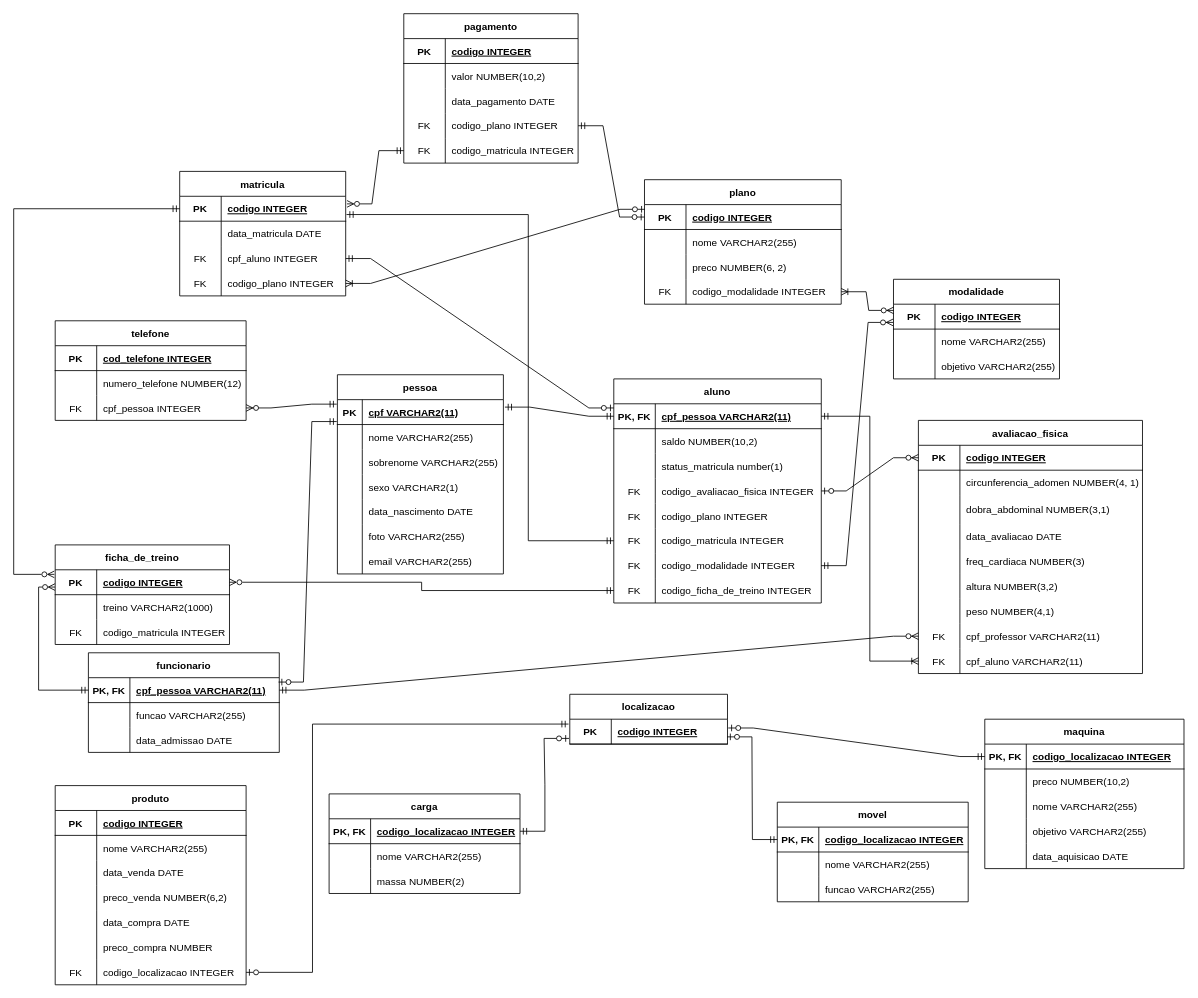
williamdistler/GymDataBaseModel keeps this draw.io diagram as GymDataBaseModel.drawio. Above is the earlier version. Source tidied: cells renumbered, new cells numbered last; positions are measured from the earlier drawing's top-left corner, leaving out a move shared by most shapes. Both pictures are drawn from the tidied source at 83%, with x=0, y=0 at pixel (13, 13).
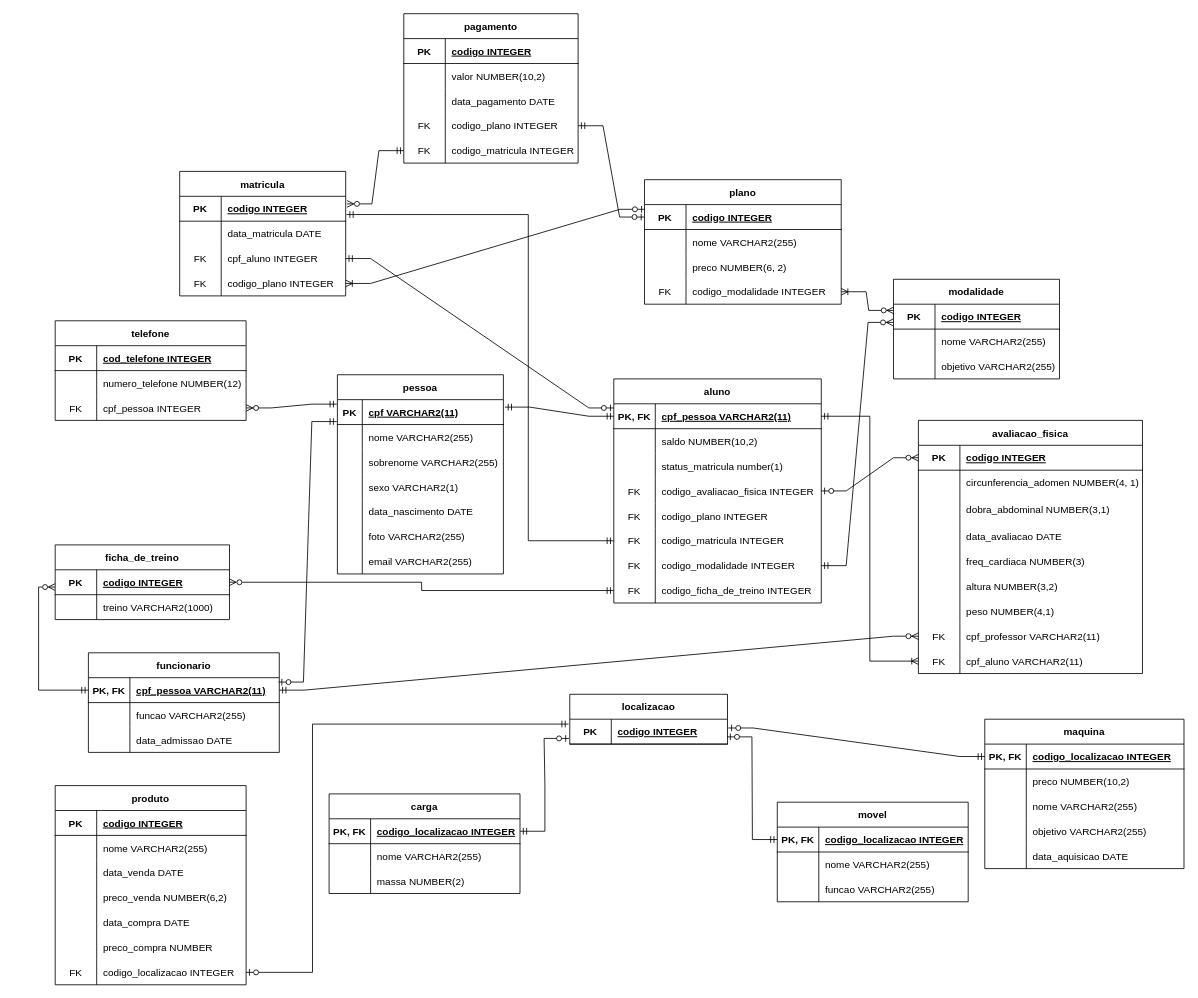
The same diagram, later.

The change refers to these unchanged cells:
```xml
<mxCell id="102" style="shape=tableRow;horizontal=0;startSize=0;swimlaneHead=0;swimlaneBody=0;fillColor=none;points=[[0,0.5],[1,0.5]];portConstraint=eastwest;top=0;left=0;right=0;bottom=1;" parent="101" vertex="1">
  <mxGeometry y="30" width="210" height="30" as="geometry" />
</mxCell>
<mxCell id="137" style="shape=tableRow;horizontal=0;startSize=0;swimlaneHead=0;swimlaneBody=0;fillColor=none;points=[[0,0.5],[1,0.5]];portConstraint=eastwest;top=0;left=0;right=0;bottom=1;" parent="136" vertex="1">
  <mxGeometry y="30" width="200" height="30" as="geometry" />
</mxCell>
```

The edit, as a diff of the source:
```diff
@@
     <mxCell id="101" value="ficha_de_treino" style="shape=table;startSize=30;childLayout=tableLayout;rowLines=0;fontStyle=1;align=center;" parent="1" vertex="1">
-      <mxGeometry x="50" y="640" width="210" height="120" as="geometry" />
+      <mxGeometry x="50" y="640" width="210" height="90" as="geometry" />
     </mxCell>
@@
-    <mxCell id="108" style="shape=tableRow;horizontal=0;startSize=0;swimlaneHead=0;swimlaneBody=0;fillColor=none;top=0;left=0;right=0;bottom=0;" parent="101" vertex="1">
-      <mxGeometry y="90" width="210" height="30" as="geometry" />
-    </mxCell>
-    <mxCell id="109" value="FK" style="shape=partialRectangle;fillColor=none;top=0;left=0;bottom=0;right=0;overflow=hidden;" parent="108" vertex="1">
-      <mxGeometry width="50" height="30" as="geometry" />
-    </mxCell>
-    <mxCell id="110" value="codigo_matricula INTEGER" style="shape=partialRectangle;fillColor=none;top=0;left=0;bottom=0;right=0;align=left;spacingLeft=6;overflow=hidden;" parent="108" vertex="1">
-      <mxGeometry x="50" width="160" height="30" as="geometry" />
-    </mxCell>
@@
-    <mxCell id="236" style="edgeStyle=orthogonalEdgeStyle;rounded=0;jettySize=auto;html=1;exitX=-0.005;exitY=0.183;exitDx=0;exitDy=0;entryX=0;entryY=0.5;entryDx=0;entryDy=0;startArrow=ERzeroToMany;startFill=0;endArrow=ERmandOne;endFill=0;exitPerimeter=0;" parent="1" edge="1" source="102" target="137">
-      <mxGeometry relative="1" as="geometry">
-        <Array as="points">
-          <mxPoint y="676" />
-          <mxPoint y="235" />
-        </Array>
-      </mxGeometry>
-    </mxCell>
```
